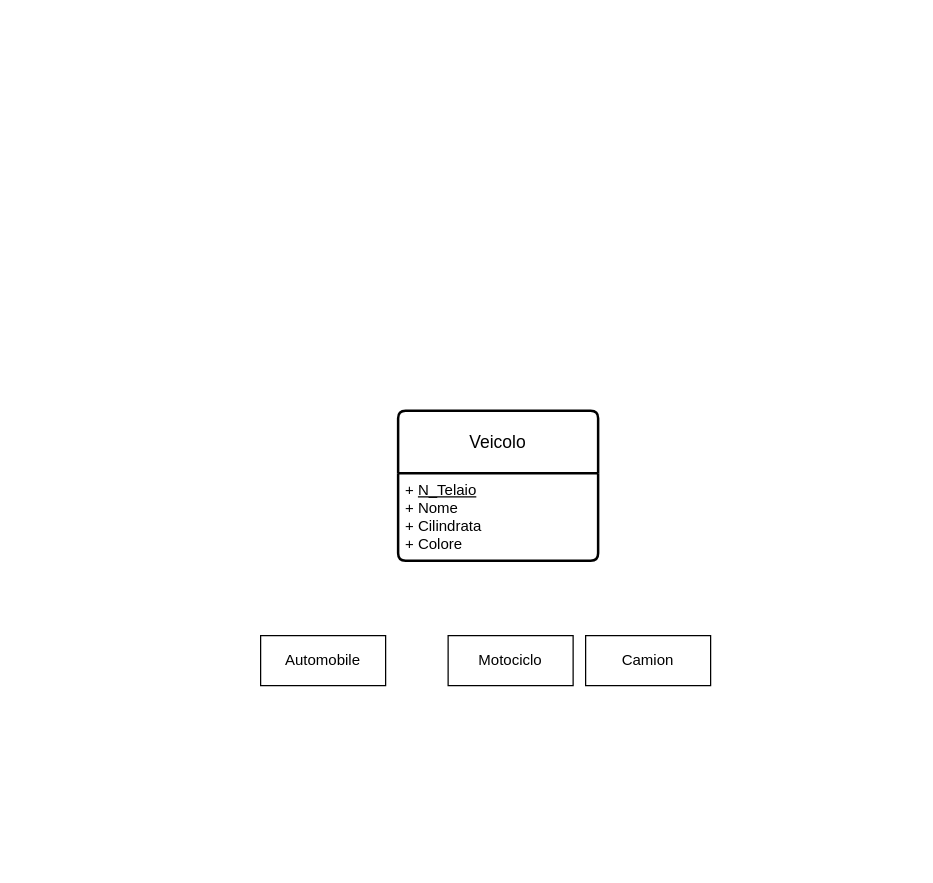
MicheleMolineri/UNITO keeps this draw.io diagram as Untitled Diagram.drawio. Above is the earlier version. Source tidied: cells renumbered, new cells numbered last; positions are measured from the earlier drawing's top-left corner, leaving out a move shared by most shapes. Both pictures are drawn from the tidied source at 125%, with x=0, y=0 at pixel (260, 410).
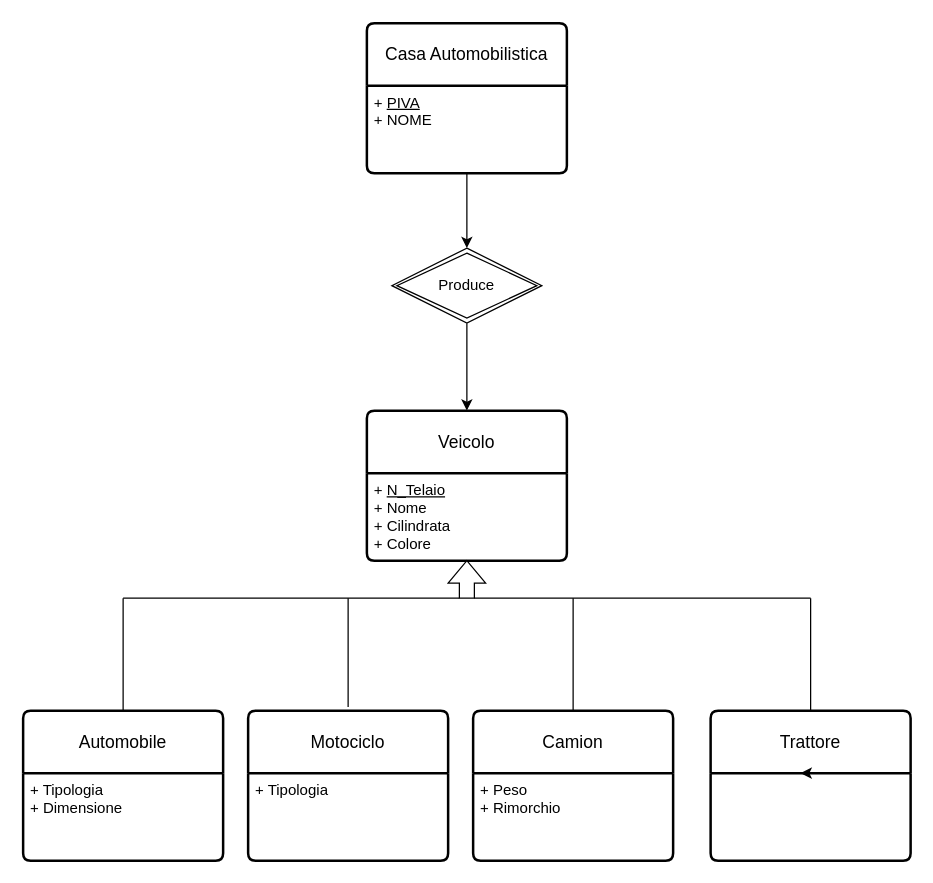
After the change.

Change to the diagram source:
```diff
@@
     <mxCell id="2" value="Veicolo" style="swimlane;horizontal=1;startSize=50;rounded=1;fontSize=14;fontStyle=0;strokeWidth=2;shadow=0;dashed=0;align=center;arcSize=4;whiteSpace=wrap;html=1;" parent="1" vertex="1">
-      <mxGeometry x="110" width="160" height="120" as="geometry" />
+      <mxGeometry x="85" width="160" height="120" as="geometry" />
     </mxCell>
@@
+    <mxCell id="7" style="shape=singleArrow;direction=north;whiteSpace=wrap;html=1;arrowWidth=0.4000000000000038;arrowSize=0.5972222222222214;" parent="1" vertex="1">
+      <mxGeometry x="150" y="120" width="30" height="30" as="geometry" />
+    </mxCell>
+    <mxCell id="8" style="endArrow=none;html=1;rounded=0;exitX=0.5;exitY=0;exitDx=0;exitDy=0;" parent="1" edge="1" source="4">
+      <mxGeometry relative="1" as="geometry">
+        <mxPoint x="-110" y="150" as="targetPoint" />
+      </mxGeometry>
+    </mxCell>
+    <mxCell id="9" style="endArrow=none;html=1;rounded=0;entryX=0;entryY=0;entryDx=0;entryDy=8.999999999999943;entryPerimeter=0;" parent="1" edge="1" target="7">
+      <mxGeometry relative="1" as="geometry">
+        <mxPoint x="-110" y="150" as="sourcePoint" />
+      </mxGeometry>
+    </mxCell>
+    <mxCell id="10" style="endArrow=none;html=1;rounded=0;exitX=0;exitY=0;exitDx=0;exitDy=21.000000000000057;exitPerimeter=0;" parent="1" edge="1" source="7">
+      <mxGeometry relative="1" as="geometry">
+        <mxPoint x="440" y="150" as="targetPoint" />
+      </mxGeometry>
+    </mxCell>
+    <mxCell id="11" style="endArrow=none;html=1;rounded=0;" parent="1" edge="1">
+      <mxGeometry relative="1" as="geometry">
+        <mxPoint x="70" y="237" as="sourcePoint" />
+        <mxPoint x="70" y="150" as="targetPoint" />
+      </mxGeometry>
+    </mxCell>
+    <mxCell id="12" style="endArrow=none;html=1;rounded=0;exitX=0.5;exitY=0;exitDx=0;exitDy=0;" parent="1" edge="1" source="6">
+      <mxGeometry relative="1" as="geometry">
+        <mxPoint x="250" y="150" as="targetPoint" />
+      </mxGeometry>
+    </mxCell>
+    <mxCell id="6" value="Camion" style="swimlane;horizontal=1;startSize=50;rounded=1;fontSize=14;fontStyle=0;strokeWidth=2;shadow=0;dashed=0;align=center;arcSize=4;whiteSpace=wrap;html=1;" parent="1" vertex="1">
+      <mxGeometry x="170" y="240" width="160" height="120" as="geometry" />
+    </mxCell>
+    <mxCell id="13" value="+ Peso&lt;div&gt;+ Rimorchio&lt;/div&gt;&lt;div&gt;&lt;br&gt;&lt;div&gt;&lt;br&gt;&lt;/div&gt;&lt;/div&gt;" style="align=left;strokeColor=none;fillColor=none;spacingLeft=4;spacingRight=4;fontSize=12;verticalAlign=top;html=1;whiteSpace=wrap;" parent="6" vertex="1">
+      <mxGeometry y="50" width="160" height="70" as="geometry" />
+    </mxCell>
-    <mxCell id="4" value="Automobile" style="whiteSpace=wrap;html=1;align=center;" parent="1" vertex="1">
-      <mxGeometry y="180" width="100" height="40" as="geometry" />
+    <mxCell id="4" value="Automobile" style="swimlane;horizontal=1;startSize=50;rounded=1;fontSize=14;fontStyle=0;strokeWidth=2;shadow=0;dashed=0;align=center;arcSize=4;whiteSpace=wrap;html=1;" parent="1" vertex="1">
+      <mxGeometry x="-190" y="240" width="160" height="120" as="geometry" />
     </mxCell>
+    <mxCell id="14" value="+ Tipologia&lt;div&gt;+ Dimensione&lt;/div&gt;" style="align=left;strokeColor=none;fillColor=none;spacingLeft=4;spacingRight=4;fontSize=12;verticalAlign=top;html=1;whiteSpace=wrap;" parent="4" vertex="1">
+      <mxGeometry y="50" width="160" height="70" as="geometry" />
+    </mxCell>
-    <mxCell id="5" value="Motociclo" style="whiteSpace=wrap;html=1;align=center;" parent="1" vertex="1">
-      <mxGeometry x="150" y="180" width="100" height="40" as="geometry" />
+    <mxCell id="5" value="Motociclo" style="swimlane;horizontal=1;startSize=50;rounded=1;fontSize=14;fontStyle=0;strokeWidth=2;shadow=0;dashed=0;align=center;arcSize=4;whiteSpace=wrap;html=1;" parent="1" vertex="1">
+      <mxGeometry x="-10" y="240" width="160" height="120" as="geometry" />
     </mxCell>
-    <mxCell id="6" value="Camion" style="whiteSpace=wrap;html=1;align=center;" parent="1" vertex="1">
-      <mxGeometry x="260" y="180" width="100" height="40" as="geometry" />
-    </mxCell>
+    <mxCell id="15" value="+ Tipologia" style="align=left;strokeColor=none;fillColor=none;spacingLeft=4;spacingRight=4;fontSize=12;verticalAlign=top;html=1;whiteSpace=wrap;" parent="5" vertex="1">
+      <mxGeometry y="50" width="160" height="70" as="geometry" />
+    </mxCell>
+    <mxCell id="16" value="Trattore" style="swimlane;horizontal=1;startSize=50;rounded=1;fontSize=14;fontStyle=0;strokeWidth=2;shadow=0;dashed=0;align=center;arcSize=4;whiteSpace=wrap;html=1;" parent="1" vertex="1">
+      <mxGeometry x="360" y="240" width="160" height="120" as="geometry" />
+    </mxCell>
+    <mxCell id="17" style="edgeStyle=orthogonalEdgeStyle;rounded=0;orthogonalLoop=1;jettySize=auto;html=1;exitX=0.5;exitY=0;exitDx=0;exitDy=0;entryX=0.45;entryY=0.01;entryDx=0;entryDy=0;entryPerimeter=0;" parent="16" edge="1">
+      <mxGeometry relative="1" as="geometry">
+        <mxPoint x="80" y="50" as="sourcePoint" />
+        <mxPoint x="72" y="50.7" as="targetPoint" />
+      </mxGeometry>
+    </mxCell>
+    <mxCell id="18" style="endArrow=none;html=1;rounded=0;exitX=0.5;exitY=0;exitDx=0;exitDy=0;" parent="1" edge="1" source="16">
+      <mxGeometry relative="1" as="geometry">
+        <mxPoint x="440" y="150" as="targetPoint" />
+      </mxGeometry>
+    </mxCell>
+    <mxCell id="19" value="Casa Automobilistica" style="swimlane;horizontal=1;startSize=50;rounded=1;fontSize=14;fontStyle=0;strokeWidth=2;shadow=0;dashed=0;align=center;arcSize=4;whiteSpace=wrap;html=1;" parent="1" vertex="1">
+      <mxGeometry x="85" y="-310" width="160" height="120" as="geometry" />
+    </mxCell>
+    <mxCell id="20" value="+ &lt;u&gt;PIVA&lt;/u&gt;&lt;div&gt;+ NOME&lt;/div&gt;" style="align=left;strokeColor=none;fillColor=none;spacingLeft=4;spacingRight=4;fontSize=12;verticalAlign=top;html=1;whiteSpace=wrap;" parent="19" vertex="1">
+      <mxGeometry y="50" width="160" height="70" as="geometry" />
+    </mxCell>
+    <mxCell id="21" style="edgeStyle=orthogonalEdgeStyle;rounded=0;jettySize=auto;html=1;entryX=0.5;entryY=0;entryDx=0;entryDy=0;" parent="1" edge="1" source="22" target="2">
+      <mxGeometry relative="1" as="geometry" />
+    </mxCell>
+    <mxCell id="22" value="Produce" style="shape=rhombus;double=1;perimeter=rhombusPerimeter;whiteSpace=wrap;html=1;align=center;" parent="1" vertex="1">
+      <mxGeometry x="105" y="-130" width="120" height="60" as="geometry" />
+    </mxCell>
+    <mxCell id="23" style="edgeStyle=orthogonalEdgeStyle;rounded=0;jettySize=auto;html=1;entryX=0.5;entryY=0;entryDx=0;entryDy=0;" parent="1" edge="1" source="20" target="22">
+      <mxGeometry relative="1" as="geometry" />
+    </mxCell>
```
